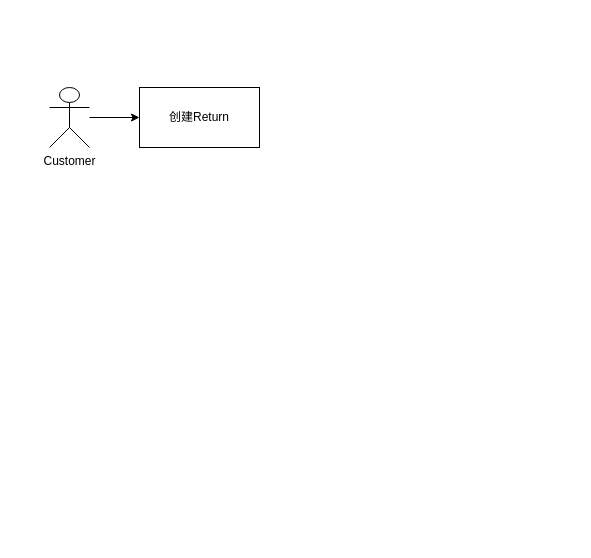
The draw.io diagram 未命名绘图.drawio in jianxiang57/jianxiang57, before the edit. Source tidied: cells renumbered, new cells numbered last; positions are measured from the earlier drawing's top-left corner, leaving out a move shared by most shapes. Both pictures are drawn from the tidied source at 100%, with x=0, y=0 at pixel (49, 87).
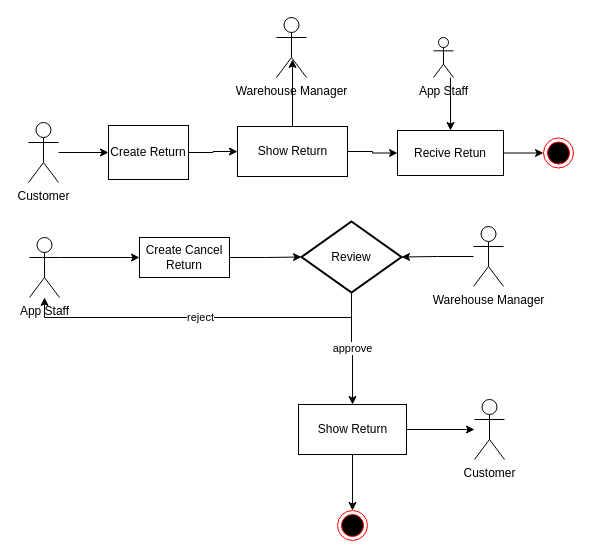
After the change.

Commit message:
更新未命名绘图.drawio

The edit, as a diff of the source:
```diff
@@
+    <mxCell id="5" style="edgeStyle=orthogonalEdgeStyle;rounded=0;jettySize=auto;html=1;entryX=0;entryY=0.5;entryDx=0;entryDy=0;" parent="1" edge="1" source="2" target="21">
+      <mxGeometry relative="1" as="geometry" />
+    </mxCell>
-    <mxCell id="2" value="创建Return" style="rounded=0;whiteSpace=wrap;html=1;" parent="1" vertex="1">
-      <mxGeometry x="90" width="120" height="60" as="geometry" />
+    <mxCell id="2" value="Create Return" style="rounded=0;whiteSpace=wrap;html=1;" parent="1" vertex="1">
+      <mxGeometry x="59" y="38" width="80" height="54" as="geometry" />
     </mxCell>
@@
     <mxCell id="4" value="Customer" style="shape=umlActor;verticalLabelPosition=bottom;verticalAlign=top;html=1;" parent="1" vertex="1">
-      <mxGeometry width="40" height="60" as="geometry" />
+      <mxGeometry x="-21" y="35" width="30" height="60" as="geometry" />
     </mxCell>
+    <mxCell id="6" style="edgeStyle=orthogonalEdgeStyle;rounded=0;jettySize=auto;html=1;" parent="1" edge="1" source="7" target="8">
+      <mxGeometry relative="1" as="geometry" />
+    </mxCell>
+    <mxCell id="7" value="Recive Retun" style="rounded=0;whiteSpace=wrap;html=1;" parent="1" vertex="1">
+      <mxGeometry x="348" y="43" width="106" height="45" as="geometry" />
+    </mxCell>
+    <mxCell id="8" style="ellipse;html=1;shape=endState;fillColor=#000000;strokeColor=#ff0000;" parent="1" vertex="1">
+      <mxGeometry x="494" y="50.5" width="30" height="30" as="geometry" />
+    </mxCell>
+    <mxCell id="9" style="edgeStyle=orthogonalEdgeStyle;rounded=0;jettySize=auto;html=1;entryX=0.5;entryY=0;entryDx=0;entryDy=0;" parent="1" edge="1" source="10" target="7">
+      <mxGeometry relative="1" as="geometry">
+        <Array as="points">
+          <mxPoint x="401" y="-20" />
+          <mxPoint x="401" y="-20" />
+        </Array>
+      </mxGeometry>
+    </mxCell>
+    <mxCell id="10" value="App Staff" style="shape=umlActor;verticalLabelPosition=bottom;verticalAlign=top;html=1;outlineConnect=0;" parent="1" vertex="1">
+      <mxGeometry x="384" y="-50" width="20" height="40" as="geometry" />
+    </mxCell>
+    <mxCell id="11" style="edgeStyle=orthogonalEdgeStyle;rounded=0;jettySize=auto;html=1;exitX=1;exitY=0.3333333333333333;exitDx=0;exitDy=0;exitPerimeter=0;" parent="1" edge="1" source="12" target="14">
+      <mxGeometry relative="1" as="geometry" />
+    </mxCell>
+    <mxCell id="12" value="App Staff" style="shape=umlActor;verticalLabelPosition=bottom;verticalAlign=top;html=1;outlineConnect=0;" parent="1" vertex="1">
+      <mxGeometry x="-20" y="150" width="30" height="60" as="geometry" />
+    </mxCell>
+    <mxCell id="13" style="edgeStyle=orthogonalEdgeStyle;rounded=0;jettySize=auto;html=1;" parent="1" edge="1" source="14" target="18">
+      <mxGeometry relative="1" as="geometry" />
+    </mxCell>
+    <mxCell id="14" value="Create Cancel Return" style="rounded=0;whiteSpace=wrap;html=1;" parent="1" vertex="1">
+      <mxGeometry x="90" y="150" width="90" height="40" as="geometry" />
+    </mxCell>
+    <mxCell id="15" value="Customer" style="shape=umlActor;verticalLabelPosition=bottom;verticalAlign=top;html=1;outlineConnect=0;" parent="1" vertex="1">
+      <mxGeometry x="425" y="312" width="30" height="60" as="geometry" />
+    </mxCell>
+    <mxCell id="16" value="approve" style="edgeStyle=orthogonalEdgeStyle;rounded=0;jettySize=auto;html=1;" parent="1" edge="1" source="18" target="27">
+      <mxGeometry relative="1" as="geometry" />
+    </mxCell>
+    <mxCell id="17" value="reject" style="edgeStyle=orthogonalEdgeStyle;rounded=0;jettySize=auto;html=1;" parent="1" edge="1" source="18" target="12">
+      <mxGeometry relative="1" as="geometry">
+        <Array as="points">
+          <mxPoint x="302" y="230" />
+          <mxPoint x="-5" y="230" />
+        </Array>
+      </mxGeometry>
+    </mxCell>
+    <mxCell id="18" value="Review" style="strokeWidth=2;html=1;shape=mxgraph.flowchart.decision;whiteSpace=wrap;" parent="1" vertex="1">
+      <mxGeometry x="252" y="134" width="100" height="71" as="geometry" />
+    </mxCell>
+    <mxCell id="19" style="edgeStyle=orthogonalEdgeStyle;rounded=0;jettySize=auto;html=1;entryX=0.533;entryY=0.7;entryDx=0;entryDy=0;entryPerimeter=0;" parent="1" edge="1" source="21" target="22">
+      <mxGeometry relative="1" as="geometry" />
+    </mxCell>
+    <mxCell id="20" style="edgeStyle=orthogonalEdgeStyle;rounded=0;jettySize=auto;html=1;entryX=0;entryY=0.5;entryDx=0;entryDy=0;" parent="1" edge="1" source="21" target="7">
+      <mxGeometry relative="1" as="geometry" />
+    </mxCell>
+    <mxCell id="21" value="Show Return" style="html=1;" parent="1" vertex="1">
+      <mxGeometry x="188" y="39" width="110" height="50" as="geometry" />
+    </mxCell>
+    <mxCell id="22" value="Warehouse Manager" style="shape=umlActor;verticalLabelPosition=bottom;verticalAlign=top;html=1;" parent="1" vertex="1">
+      <mxGeometry x="227" y="-70" width="30" height="60" as="geometry" />
+    </mxCell>
+    <mxCell id="23" style="edgeStyle=orthogonalEdgeStyle;rounded=0;jettySize=auto;html=1;" parent="1" edge="1" source="24" target="18">
+      <mxGeometry relative="1" as="geometry" />
+    </mxCell>
+    <mxCell id="24" value="Warehouse Manager" style="shape=umlActor;verticalLabelPosition=bottom;verticalAlign=top;html=1;" parent="1" vertex="1">
+      <mxGeometry x="424" y="139" width="30" height="60" as="geometry" />
+    </mxCell>
+    <mxCell id="25" style="edgeStyle=orthogonalEdgeStyle;rounded=0;jettySize=auto;html=1;" parent="1" edge="1" source="27" target="15">
+      <mxGeometry relative="1" as="geometry" />
+    </mxCell>
+    <mxCell id="26" style="edgeStyle=orthogonalEdgeStyle;rounded=0;jettySize=auto;html=1;entryX=0.5;entryY=0;entryDx=0;entryDy=0;" parent="1" edge="1" source="27" target="28">
+      <mxGeometry relative="1" as="geometry" />
+    </mxCell>
+    <mxCell id="27" value="Show Return" style="html=1;" parent="1" vertex="1">
+      <mxGeometry x="249" y="317" width="108" height="50" as="geometry" />
+    </mxCell>
+    <mxCell id="28" style="ellipse;html=1;shape=endState;fillColor=#000000;strokeColor=#ff0000;" parent="1" vertex="1">
+      <mxGeometry x="288" y="423" width="30" height="30" as="geometry" />
+    </mxCell>
```
